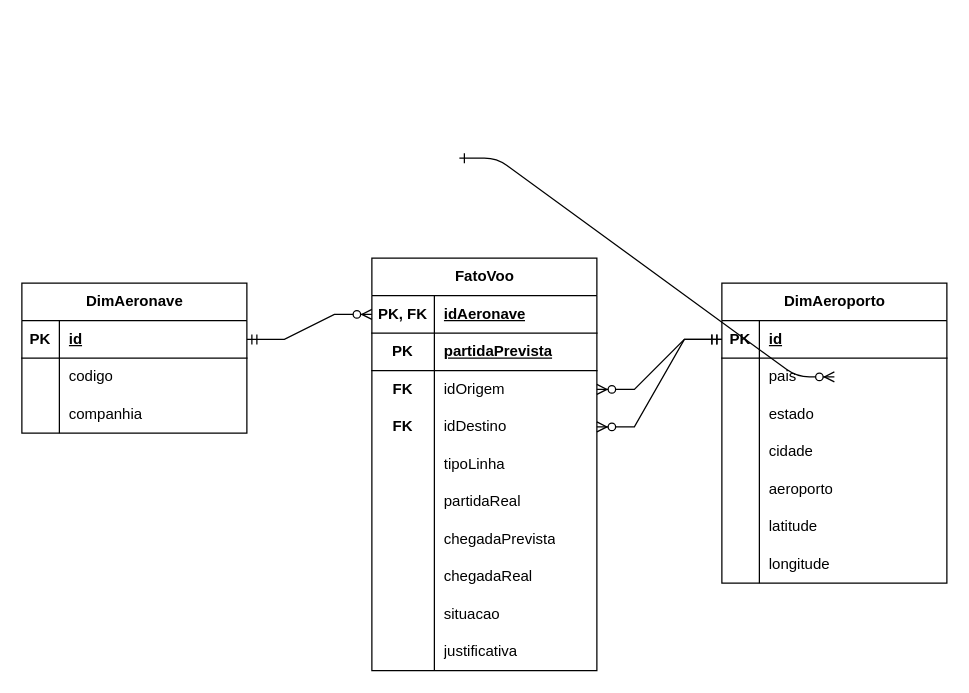
The draw.io diagram banco-de-dados/diagrama-entidade-relacional.drawio in Jota-Ve/voos-brasil, before the edit. Source tidied: cells renumbered, new cells numbered last; positions are measured from the earlier drawing's top-left corner, leaving out a move shared by most shapes. Both pictures are drawn from the tidied source at 125%, with x=0, y=0 at pixel (21, 158).
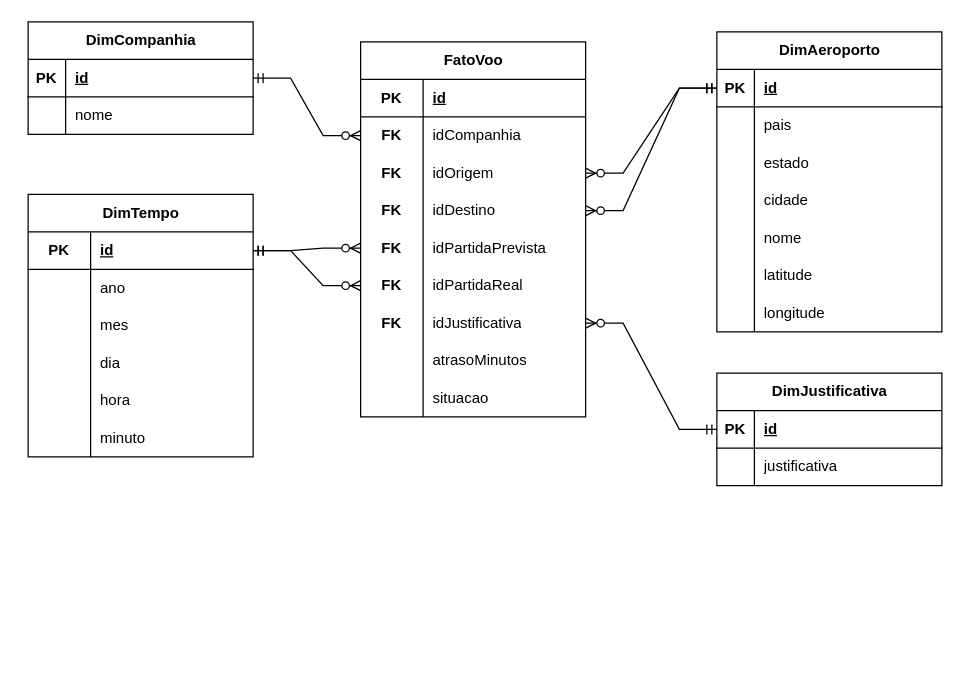
The same page after the edit.

Commit message:
Novo Diagrame ER

The change refers to these unchanged cells:
```xml
<mxCell id="16" style="shape=tableRow;horizontal=0;startSize=0;swimlaneHead=0;swimlaneBody=0;fillColor=none;top=0;left=0;right=0;bottom=0;" parent="3" vertex="1">
  <mxGeometry y="150" width="180" height="30" as="geometry" />
</mxCell>
<mxCell id="26" style="shape=tableRow;horizontal=0;startSize=0;swimlaneHead=0;swimlaneBody=0;fillColor=none;points=[[0,0.5],[1,0.5]];portConstraint=eastwest;top=0;left=0;right=0;bottom=1;" parent="25" vertex="1">
  <mxGeometry y="30" width="180" height="30" as="geometry" />
</mxCell>
<mxCell id="54" style="shape=tableRow;horizontal=0;startSize=0;swimlaneHead=0;swimlaneBody=0;fillColor=none;points=[[0,0.5],[1,0.5]];portConstraint=eastwest;top=0;left=0;right=0;bottom=0;" parent="35" vertex="1">
  <mxGeometry y="210" width="180" height="30" as="geometry" />
</mxCell>
<mxCell id="57" style="shape=tableRow;horizontal=0;startSize=0;swimlaneHead=0;swimlaneBody=0;fillColor=none;top=0;left=0;right=0;bottom=0;" parent="35" vertex="1">
  <mxGeometry y="240" width="180" height="30" as="geometry" />
</mxCell>
```

Change to the diagram source:
```diff
@@
-    <mxCell id="2" style="edgeStyle=entityRelationEdgeStyle;endArrow=ERzeroToMany;startArrow=ERone;endFill=1;startFill=0;" parent="1" edge="1">
-      <mxGeometry relative="1" as="geometry">
-        <mxPoint x="350" as="sourcePoint" />
-        <mxPoint x="650" y="175" as="targetPoint" />
-      </mxGeometry>
-    </mxCell>
     <mxCell id="3" value="DimAeroporto" style="shape=table;startSize=30;childLayout=tableLayout;rowLines=0;fontStyle=1;align=center;html=1;" parent="1" vertex="1">
-      <mxGeometry x="560" y="100" width="180" height="240" as="geometry" />
+      <mxGeometry x="556" y="-101" width="180" height="240" as="geometry" />
     </mxCell>
@@
-    <mxCell id="18" value="aeroporto" style="shape=partialRectangle;fillColor=none;top=0;left=0;bottom=0;right=0;align=left;spacingLeft=6;overflow=hidden;whiteSpace=wrap;html=1;" parent="16" vertex="1">
+    <mxCell id="18" value="nome" style="shape=partialRectangle;fillColor=none;top=0;left=0;bottom=0;right=0;align=left;spacingLeft=6;overflow=hidden;whiteSpace=wrap;html=1;" parent="16" vertex="1">
       <mxGeometry x="30" width="150" height="30" as="geometry" />
     </mxCell>
@@
-    <mxCell id="25" value="DimAeronave" style="shape=table;startSize=30;childLayout=tableLayout;rowLines=0;fontStyle=1;align=center;html=1;" parent="1" vertex="1">
-      <mxGeometry y="100" width="180" height="120" as="geometry" />
+    <mxCell id="25" value="DimCompanhia" style="shape=table;startSize=30;childLayout=tableLayout;rowLines=0;fontStyle=1;align=center;html=1;" parent="1" vertex="1">
+      <mxGeometry x="5" y="-109" width="180" height="90" as="geometry" />
     </mxCell>
@@
-    <mxCell id="29" style="shape=tableRow;horizontal=0;startSize=0;swimlaneHead=0;swimlaneBody=0;fillColor=none;top=0;left=0;right=0;bottom=0;" parent="25" vertex="1">
-      <mxGeometry y="60" width="180" height="30" as="geometry" />
-    </mxCell>
-    <mxCell id="30" style="shape=partialRectangle;fillColor=none;top=0;left=0;bottom=0;right=0;overflow=hidden;whiteSpace=wrap;html=1;" parent="29" vertex="1">
-      <mxGeometry width="30" height="30" as="geometry" />
-    </mxCell>
-    <mxCell id="31" value="codigo" style="shape=partialRectangle;fillColor=none;top=0;left=0;bottom=0;right=0;align=left;spacingLeft=6;overflow=hidden;whiteSpace=wrap;html=1;" parent="29" vertex="1">
-      <mxGeometry x="30" width="150" height="30" as="geometry" />
-    </mxCell>
     <mxCell id="32" style="shape=tableRow;horizontal=0;startSize=0;swimlaneHead=0;swimlaneBody=0;fillColor=none;top=0;left=0;right=0;bottom=0;" parent="25" vertex="1">
-      <mxGeometry y="90" width="180" height="30" as="geometry" />
+      <mxGeometry y="60" width="180" height="30" as="geometry" />
     </mxCell>
@@
-    <mxCell id="34" value="companhia" style="shape=partialRectangle;fillColor=none;top=0;left=0;bottom=0;right=0;align=left;spacingLeft=6;overflow=hidden;whiteSpace=wrap;html=1;" parent="32" vertex="1">
+    <mxCell id="34" value="nome" style="shape=partialRectangle;fillColor=none;top=0;left=0;bottom=0;right=0;align=left;spacingLeft=6;overflow=hidden;whiteSpace=wrap;html=1;" parent="32" vertex="1">
       <mxGeometry x="30" width="150" height="30" as="geometry" />
     </mxCell>
     <mxCell id="35" value="FatoVoo" style="shape=table;startSize=30;childLayout=tableLayout;rowLines=0;fontStyle=1;align=center;html=1;" parent="1" vertex="1">
-      <mxGeometry x="280" y="80" width="180" height="330" as="geometry" />
+      <mxGeometry x="271" y="-93" width="180" height="300" as="geometry" />
     </mxCell>
-    <mxCell id="36" style="shape=tableRow;horizontal=0;startSize=0;swimlaneHead=0;swimlaneBody=0;fillColor=none;points=[[0,0.5],[1,0.5]];portConstraint=eastwest;top=0;left=0;right=0;bottom=1;" parent="35" vertex="1">
-      <mxGeometry y="30" width="180" height="30" as="geometry" />
-    </mxCell>
-    <mxCell id="37" value="PK, FK" style="shape=partialRectangle;fillColor=none;top=0;left=0;bottom=0;right=0;fontStyle=1;overflow=hidden;whiteSpace=wrap;html=1;" parent="36" vertex="1">
-      <mxGeometry width="50" height="30" as="geometry" />
-    </mxCell>
-    <mxCell id="38" value="idAeronave" style="shape=partialRectangle;fillColor=none;top=0;left=0;bottom=0;right=0;align=left;spacingLeft=6;fontStyle=5;overflow=hidden;whiteSpace=wrap;html=1;" parent="36" vertex="1">
-      <mxGeometry x="50" width="130" height="30" as="geometry" />
-    </mxCell>
     <mxCell id="39" style="shape=tableRow;horizontal=0;startSize=0;swimlaneHead=0;swimlaneBody=0;fillColor=none;top=0;left=0;right=0;bottom=1;" parent="35" vertex="1">
-      <mxGeometry y="60" width="180" height="30" as="geometry" />
+      <mxGeometry y="30" width="180" height="30" as="geometry" />
     </mxCell>
@@
-    <mxCell id="41" value="partidaPrevista" style="shape=partialRectangle;fillColor=none;top=0;left=0;bottom=0;right=0;align=left;spacingLeft=6;fontStyle=5;overflow=hidden;whiteSpace=wrap;html=1;" parent="39" vertex="1">
+    <mxCell id="41" value="&lt;b&gt;&lt;u&gt;id&lt;/u&gt;&lt;/b&gt;" style="shape=partialRectangle;fillColor=none;top=0;left=0;bottom=0;right=0;align=left;spacingLeft=6;fontStyle=0;overflow=hidden;whiteSpace=wrap;html=1;" parent="39" vertex="1">
       <mxGeometry x="50" width="130" height="30" as="geometry" />
     </mxCell>
+    <mxCell id="69" style="shape=tableRow;horizontal=0;startSize=0;swimlaneHead=0;swimlaneBody=0;fillColor=none;points=[[0,0.5],[1,0.5]];portConstraint=eastwest;top=0;left=0;right=0;bottom=0;" parent="35" vertex="1">
+      <mxGeometry y="60" width="180" height="30" as="geometry" />
+    </mxCell>
+    <mxCell id="70" value="&lt;b&gt;FK&lt;/b&gt;" style="shape=partialRectangle;fillColor=none;top=0;left=0;bottom=0;right=0;overflow=hidden;whiteSpace=wrap;html=1;shadow=1;strokeColor=#000000;" parent="69" vertex="1">
+      <mxGeometry width="50" height="30" as="geometry" />
+    </mxCell>
+    <mxCell id="71" value="idCompanhia" style="shape=partialRectangle;fillColor=none;top=0;left=0;bottom=0;right=0;align=left;spacingLeft=6;overflow=hidden;whiteSpace=wrap;html=1;shadow=1;strokeColor=#000000;" parent="69" vertex="1">
+      <mxGeometry x="50" width="130" height="30" as="geometry" />
+    </mxCell>
@@
-    <mxCell id="48" style="shape=tableRow;horizontal=0;startSize=0;swimlaneHead=0;swimlaneBody=0;fillColor=none;top=0;left=0;right=0;bottom=0;" parent="35" vertex="1">
-      <mxGeometry y="150" width="180" height="30" as="geometry" />
-    </mxCell>
-    <mxCell id="49" style="shape=partialRectangle;fillColor=none;top=0;left=0;bottom=0;right=0;overflow=hidden;whiteSpace=wrap;html=1;" parent="48" vertex="1">
-      <mxGeometry width="50" height="30" as="geometry" />
-    </mxCell>
-    <mxCell id="50" value="tipoLinha" style="shape=partialRectangle;fillColor=none;top=0;left=0;bottom=0;right=0;align=left;spacingLeft=6;overflow=hidden;whiteSpace=wrap;html=1;" parent="48" vertex="1">
-      <mxGeometry x="50" width="130" height="30" as="geometry" />
-    </mxCell>
-    <mxCell id="51" style="shape=tableRow;horizontal=0;startSize=0;swimlaneHead=0;swimlaneBody=0;fillColor=none;top=0;left=0;right=0;bottom=0;" parent="35" vertex="1">
-      <mxGeometry y="180" width="180" height="30" as="geometry" />
-    </mxCell>
-    <mxCell id="52" style="shape=partialRectangle;fillColor=none;top=0;left=0;bottom=0;right=0;overflow=hidden;whiteSpace=wrap;html=1;" parent="51" vertex="1">
-      <mxGeometry width="50" height="30" as="geometry" />
-    </mxCell>
-    <mxCell id="53" value="partidaReal" style="shape=partialRectangle;fillColor=none;top=0;left=0;bottom=0;right=0;align=left;spacingLeft=6;overflow=hidden;whiteSpace=wrap;html=1;" parent="51" vertex="1">
-      <mxGeometry x="50" width="130" height="30" as="geometry" />
-    </mxCell>
+    <mxCell id="72" style="shape=tableRow;horizontal=0;startSize=0;swimlaneHead=0;swimlaneBody=0;fillColor=none;points=[[0,0.5],[1,0.5]];portConstraint=eastwest;top=0;left=0;right=0;bottom=0;" parent="35" vertex="1">
+      <mxGeometry y="150" width="180" height="30" as="geometry" />
+    </mxCell>
+    <mxCell id="73" value="&lt;b&gt;FK&lt;/b&gt;" style="shape=partialRectangle;fillColor=none;top=0;left=0;bottom=0;right=0;overflow=hidden;whiteSpace=wrap;html=1;" parent="72" vertex="1">
+      <mxGeometry width="50" height="30" as="geometry" />
+    </mxCell>
+    <mxCell id="74" value="idPartidaPrevista" style="shape=partialRectangle;fillColor=none;top=0;left=0;bottom=0;right=0;align=left;spacingLeft=6;overflow=hidden;whiteSpace=wrap;html=1;" parent="72" vertex="1">
+      <mxGeometry x="50" width="130" height="30" as="geometry" />
+    </mxCell>
+    <mxCell id="75" style="shape=tableRow;horizontal=0;startSize=0;swimlaneHead=0;swimlaneBody=0;fillColor=none;points=[[0,0.5],[1,0.5]];portConstraint=eastwest;top=0;left=0;right=0;bottom=0;" parent="35" vertex="1">
+      <mxGeometry y="180" width="180" height="30" as="geometry" />
+    </mxCell>
+    <mxCell id="76" value="&lt;b&gt;FK&lt;/b&gt;" style="shape=partialRectangle;fillColor=none;top=0;left=0;bottom=0;right=0;overflow=hidden;whiteSpace=wrap;html=1;" parent="75" vertex="1">
+      <mxGeometry width="50" height="30" as="geometry" />
+    </mxCell>
+    <mxCell id="77" value="idPartidaReal" style="shape=partialRectangle;fillColor=none;top=0;left=0;bottom=0;right=0;align=left;spacingLeft=6;overflow=hidden;whiteSpace=wrap;html=1;" parent="75" vertex="1">
+      <mxGeometry x="50" width="130" height="30" as="geometry" />
+    </mxCell>
@@
-    <mxCell id="55" style="shape=partialRectangle;fillColor=none;top=0;left=0;bottom=0;right=0;overflow=hidden;whiteSpace=wrap;html=1;" parent="54" vertex="1">
-      <mxGeometry width="50" height="30" as="geometry" />
-    </mxCell>
-    <mxCell id="56" value="chegadaPrevista" style="shape=partialRectangle;fillColor=none;top=0;left=0;bottom=0;right=0;align=left;spacingLeft=6;overflow=hidden;whiteSpace=wrap;html=1;" parent="54" vertex="1">
-      <mxGeometry x="50" width="130" height="30" as="geometry" />
-    </mxCell>
+    <mxCell id="78" value="&lt;b&gt;FK&lt;/b&gt;" style="shape=partialRectangle;fillColor=none;top=0;left=0;bottom=0;right=0;overflow=hidden;whiteSpace=wrap;html=1;" parent="54" vertex="1">
+      <mxGeometry width="50" height="30" as="geometry" />
+    </mxCell>
+    <mxCell id="79" value="idJustificativa" style="shape=partialRectangle;fillColor=none;top=0;left=0;bottom=0;right=0;align=left;spacingLeft=6;overflow=hidden;whiteSpace=wrap;html=1;" parent="54" vertex="1">
+      <mxGeometry x="50" width="130" height="30" as="geometry" />
+    </mxCell>
@@
-    <mxCell id="58" style="shape=partialRectangle;fillColor=none;top=0;left=0;bottom=0;right=0;overflow=hidden;whiteSpace=wrap;html=1;" parent="57" vertex="1">
-      <mxGeometry width="50" height="30" as="geometry" />
-    </mxCell>
-    <mxCell id="59" value="chegadaReal" style="shape=partialRectangle;fillColor=none;top=0;left=0;bottom=0;right=0;align=left;spacingLeft=6;overflow=hidden;whiteSpace=wrap;html=1;" parent="57" vertex="1">
-      <mxGeometry x="50" width="130" height="30" as="geometry" />
-    </mxCell>
+    <mxCell id="80" style="shape=partialRectangle;fillColor=none;top=0;left=0;bottom=0;right=0;overflow=hidden;whiteSpace=wrap;html=1;" parent="57" vertex="1">
+      <mxGeometry width="50" height="30" as="geometry" />
+    </mxCell>
+    <mxCell id="81" value="atrasoMinutos" style="shape=partialRectangle;fillColor=none;top=0;left=0;bottom=0;right=0;align=left;spacingLeft=6;overflow=hidden;whiteSpace=wrap;html=1;" parent="57" vertex="1">
+      <mxGeometry x="50" width="130" height="30" as="geometry" />
+    </mxCell>
@@
-    <mxCell id="63" style="shape=tableRow;horizontal=0;startSize=0;swimlaneHead=0;swimlaneBody=0;fillColor=none;top=0;left=0;right=0;bottom=0;" parent="35" vertex="1">
-      <mxGeometry y="300" width="180" height="30" as="geometry" />
-    </mxCell>
-    <mxCell id="64" style="shape=partialRectangle;fillColor=none;top=0;left=0;bottom=0;right=0;overflow=hidden;whiteSpace=wrap;html=1;" parent="63" vertex="1">
-      <mxGeometry width="50" height="30" as="geometry" />
-    </mxCell>
-    <mxCell id="65" value="justificativa" style="shape=partialRectangle;fillColor=none;top=0;left=0;bottom=0;right=0;align=left;spacingLeft=6;overflow=hidden;whiteSpace=wrap;html=1;" parent="63" vertex="1">
-      <mxGeometry x="50" width="130" height="30" as="geometry" />
-    </mxCell>
-    <mxCell id="66" style="edgeStyle=entityRelationEdgeStyle;fontSize=12;html=1;endArrow=ERzeroToMany;startArrow=ERmandOne;rounded=0;exitX=1;exitY=0.5;exitDx=0;exitDy=0;entryX=0;entryY=0.5;entryDx=0;entryDy=0;" parent="1" edge="1" source="26" target="36">
+    <mxCell id="66" style="edgeStyle=entityRelationEdgeStyle;fontSize=12;html=1;endArrow=ERzeroToMany;startArrow=ERmandOne;rounded=0;exitX=1;exitY=0.5;exitDx=0;exitDy=0;entryX=0;entryY=0.5;entryDx=0;entryDy=0;" parent="1" edge="1" source="26" target="69">
       <mxGeometry relative="1" as="geometry" />
     </mxCell>
@@
+    <mxCell id="82" value="DimJustificativa" style="shape=table;startSize=30;childLayout=tableLayout;rowLines=0;fontStyle=1;align=center;html=1;" parent="1" vertex="1">
+      <mxGeometry x="556" y="172" width="180" height="90" as="geometry" />
+    </mxCell>
+    <mxCell id="83" style="shape=tableRow;horizontal=0;startSize=0;swimlaneHead=0;swimlaneBody=0;fillColor=none;points=[[0,0.5],[1,0.5]];portConstraint=eastwest;top=0;left=0;right=0;bottom=1;" parent="82" vertex="1">
+      <mxGeometry y="30" width="180" height="30" as="geometry" />
+    </mxCell>
+    <mxCell id="84" value="PK" style="shape=partialRectangle;fillColor=none;top=0;left=0;bottom=0;right=0;fontStyle=1;overflow=hidden;whiteSpace=wrap;html=1;" parent="83" vertex="1">
+      <mxGeometry width="30" height="30" as="geometry" />
+    </mxCell>
+    <mxCell id="85" value="id" style="shape=partialRectangle;fillColor=none;top=0;left=0;bottom=0;right=0;align=left;spacingLeft=6;fontStyle=5;overflow=hidden;whiteSpace=wrap;html=1;" parent="83" vertex="1">
+      <mxGeometry x="30" width="150" height="30" as="geometry" />
+    </mxCell>
+    <mxCell id="86" style="shape=tableRow;horizontal=0;startSize=0;swimlaneHead=0;swimlaneBody=0;fillColor=none;top=0;left=0;right=0;bottom=0;" parent="82" vertex="1">
+      <mxGeometry y="60" width="180" height="30" as="geometry" />
+    </mxCell>
+    <mxCell id="30" style="shape=partialRectangle;fillColor=none;top=0;left=0;bottom=0;right=0;overflow=hidden;whiteSpace=wrap;html=1;" parent="86" vertex="1">
+      <mxGeometry width="30" height="30" as="geometry" />
+    </mxCell>
+    <mxCell id="65" value="justificativa" style="shape=partialRectangle;fillColor=none;top=0;left=0;bottom=0;right=0;align=left;spacingLeft=6;overflow=hidden;whiteSpace=wrap;html=1;" parent="86" vertex="1">
+      <mxGeometry x="30" width="150" height="30" as="geometry" />
+    </mxCell>
+    <mxCell id="87" style="edgeStyle=entityRelationEdgeStyle;fontSize=12;html=1;endArrow=ERzeroToMany;startArrow=ERmandOne;rounded=0;exitX=0;exitY=0.5;exitDx=0;exitDy=0;entryX=1;entryY=0.5;entryDx=0;entryDy=0;" parent="1" edge="1" source="83" target="54">
+      <mxGeometry relative="1" as="geometry" />
+    </mxCell>
+    <mxCell id="88" value="DimTempo" style="shape=table;startSize=30;childLayout=tableLayout;rowLines=0;fontStyle=1;align=center;html=1;" parent="1" vertex="1">
+      <mxGeometry x="5" y="29" width="180" height="210" as="geometry" />
+    </mxCell>
+    <mxCell id="89" style="shape=tableRow;horizontal=0;startSize=0;swimlaneHead=0;swimlaneBody=0;fillColor=none;points=[[0,0.5],[1,0.5]];portConstraint=eastwest;top=0;left=0;right=0;bottom=1;" parent="88" vertex="1">
+      <mxGeometry y="30" width="180" height="30" as="geometry" />
+    </mxCell>
+    <mxCell id="90" value="PK" style="shape=partialRectangle;fillColor=none;top=0;left=0;bottom=0;right=0;fontStyle=1;overflow=hidden;whiteSpace=wrap;html=1;" parent="89" vertex="1">
+      <mxGeometry width="50" height="30" as="geometry" />
+    </mxCell>
+    <mxCell id="91" value="&lt;b&gt;&lt;u&gt;id&lt;/u&gt;&lt;/b&gt;" style="shape=partialRectangle;fillColor=none;top=0;left=0;bottom=0;right=0;align=left;spacingLeft=6;fontStyle=0;overflow=hidden;whiteSpace=wrap;html=1;" parent="89" vertex="1">
+      <mxGeometry x="50" width="130" height="30" as="geometry" />
+    </mxCell>
+    <mxCell id="92" style="shape=tableRow;horizontal=0;startSize=0;swimlaneHead=0;swimlaneBody=0;fillColor=none;top=0;left=0;right=0;bottom=0;" parent="88" vertex="1">
+      <mxGeometry y="60" width="180" height="30" as="geometry" />
+    </mxCell>
+    <mxCell id="93" style="shape=partialRectangle;fillColor=none;top=0;left=0;bottom=0;right=0;overflow=hidden;whiteSpace=wrap;html=1;" parent="92" vertex="1">
+      <mxGeometry width="50" height="30" as="geometry" />
+    </mxCell>
+    <mxCell id="94" value="ano" style="shape=partialRectangle;fillColor=none;top=0;left=0;bottom=0;right=0;align=left;spacingLeft=6;overflow=hidden;whiteSpace=wrap;html=1;" parent="92" vertex="1">
+      <mxGeometry x="50" width="130" height="30" as="geometry" />
+    </mxCell>
+    <mxCell id="95" style="shape=tableRow;horizontal=0;startSize=0;swimlaneHead=0;swimlaneBody=0;fillColor=none;top=0;left=0;right=0;bottom=0;" parent="88" vertex="1">
+      <mxGeometry y="90" width="180" height="30" as="geometry" />
+    </mxCell>
+    <mxCell id="96" style="shape=partialRectangle;fillColor=none;top=0;left=0;bottom=0;right=0;overflow=hidden;whiteSpace=wrap;html=1;" parent="95" vertex="1">
+      <mxGeometry width="50" height="30" as="geometry" />
+    </mxCell>
+    <mxCell id="97" value="mes" style="shape=partialRectangle;fillColor=none;top=0;left=0;bottom=0;right=0;align=left;spacingLeft=6;overflow=hidden;whiteSpace=wrap;html=1;" parent="95" vertex="1">
+      <mxGeometry x="50" width="130" height="30" as="geometry" />
+    </mxCell>
+    <mxCell id="98" style="shape=tableRow;horizontal=0;startSize=0;swimlaneHead=0;swimlaneBody=0;fillColor=none;top=0;left=0;right=0;bottom=0;" parent="88" vertex="1">
+      <mxGeometry y="120" width="180" height="30" as="geometry" />
+    </mxCell>
+    <mxCell id="99" style="shape=partialRectangle;fillColor=none;top=0;left=0;bottom=0;right=0;overflow=hidden;whiteSpace=wrap;html=1;" parent="98" vertex="1">
+      <mxGeometry width="50" height="30" as="geometry" />
+    </mxCell>
+    <mxCell id="100" value="dia" style="shape=partialRectangle;fillColor=none;top=0;left=0;bottom=0;right=0;align=left;spacingLeft=6;overflow=hidden;whiteSpace=wrap;html=1;" parent="98" vertex="1">
+      <mxGeometry x="50" width="130" height="30" as="geometry" />
+    </mxCell>
+    <mxCell id="101" style="shape=tableRow;horizontal=0;startSize=0;swimlaneHead=0;swimlaneBody=0;fillColor=none;top=0;left=0;right=0;bottom=0;" parent="88" vertex="1">
+      <mxGeometry y="150" width="180" height="30" as="geometry" />
+    </mxCell>
+    <mxCell id="102" style="shape=partialRectangle;fillColor=none;top=0;left=0;bottom=0;right=0;overflow=hidden;whiteSpace=wrap;html=1;" parent="101" vertex="1">
+      <mxGeometry width="50" height="30" as="geometry" />
+    </mxCell>
+    <mxCell id="103" value="hora" style="shape=partialRectangle;fillColor=none;top=0;left=0;bottom=0;right=0;align=left;spacingLeft=6;overflow=hidden;whiteSpace=wrap;html=1;" parent="101" vertex="1">
+      <mxGeometry x="50" width="130" height="30" as="geometry" />
+    </mxCell>
+    <mxCell id="104" style="shape=tableRow;horizontal=0;startSize=0;swimlaneHead=0;swimlaneBody=0;fillColor=none;top=0;left=0;right=0;bottom=0;" parent="88" vertex="1">
+      <mxGeometry y="180" width="180" height="30" as="geometry" />
+    </mxCell>
+    <mxCell id="105" style="shape=partialRectangle;fillColor=none;top=0;left=0;bottom=0;right=0;overflow=hidden;whiteSpace=wrap;html=1;" parent="104" vertex="1">
+      <mxGeometry width="50" height="30" as="geometry" />
+    </mxCell>
+    <mxCell id="106" value="minuto" style="shape=partialRectangle;fillColor=none;top=0;left=0;bottom=0;right=0;align=left;spacingLeft=6;overflow=hidden;whiteSpace=wrap;html=1;" parent="104" vertex="1">
+      <mxGeometry x="50" width="130" height="30" as="geometry" />
+    </mxCell>
+    <mxCell id="107" style="edgeStyle=entityRelationEdgeStyle;fontSize=12;html=1;endArrow=ERzeroToMany;startArrow=ERmandOne;rounded=0;exitX=1;exitY=0.5;exitDx=0;exitDy=0;entryX=0;entryY=0.5;entryDx=0;entryDy=0;" parent="1" edge="1" source="89" target="72">
+      <mxGeometry relative="1" as="geometry" />
+    </mxCell>
+    <mxCell id="108" style="edgeStyle=entityRelationEdgeStyle;fontSize=12;html=1;endArrow=ERzeroToMany;startArrow=ERmandOne;rounded=0;exitX=1;exitY=0.5;exitDx=0;exitDy=0;entryX=0;entryY=0.5;entryDx=0;entryDy=0;" parent="1" edge="1" source="89" target="75">
+      <mxGeometry relative="1" as="geometry" />
+    </mxCell>
```
